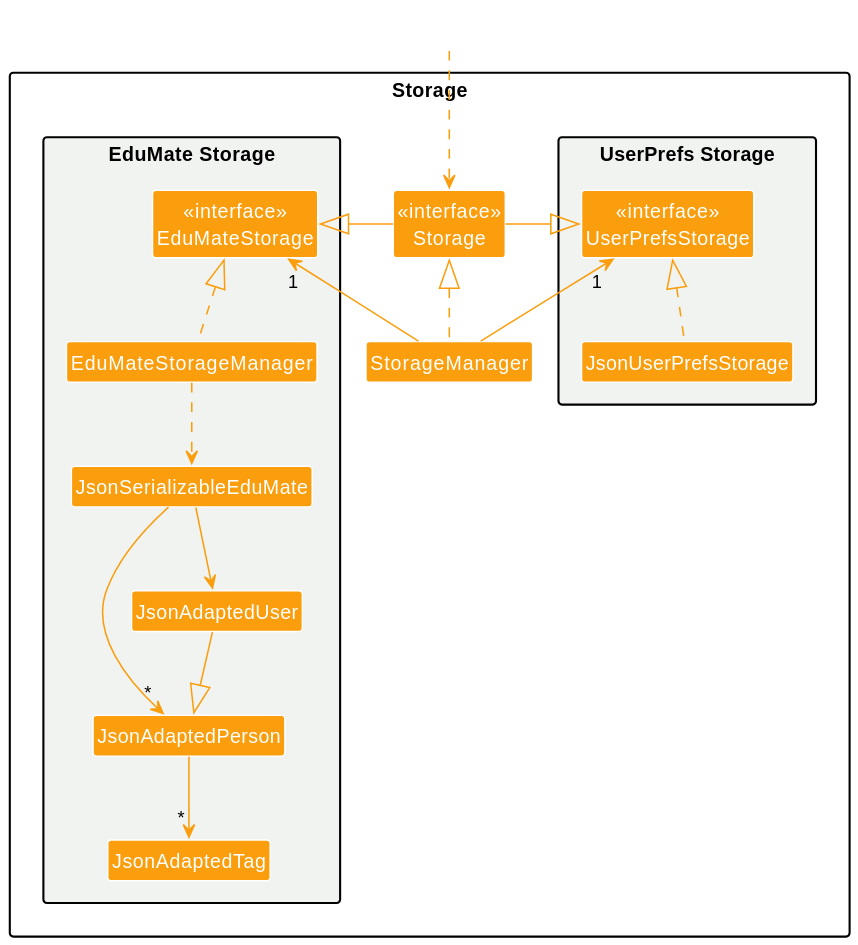
This is docs/images/StorageClassDiagram.svg from nus-cs2103-AY2223S2/tp, a PlantUML export, as it was before one commit.
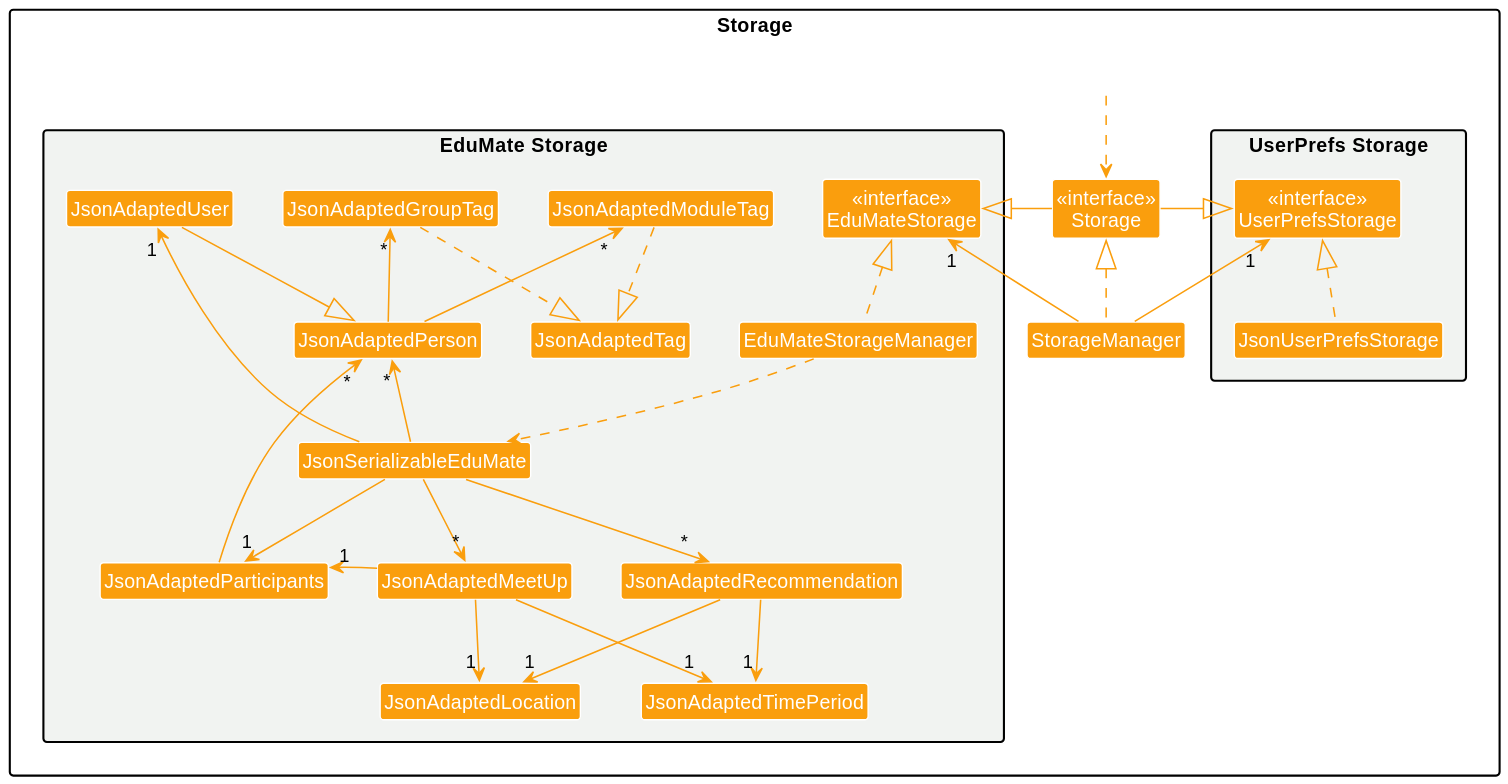
After the change.

Commit message:
Improve storage class diagram

The edit, as a diff of the source:
```diff
@@ -21,8 +21,13 @@
 Class JsonAdaptedPerson
 Class JsonAdaptedUser
 Class JsonAdaptedTag
-}
-
+Class JsonAdaptedParticipants
+Class JsonAdaptedRecommendation
+Class JsonAdaptedMeetUp
+Class JsonAdaptedLocation
+Class JsonAdaptedTimePeriod
+Class JsonAdaptedModuleTag
+Class JsonAdaptedGroupTag
 }
 
 Class HiddenOutside #FFFFFF
@@ -38,8 +43,27 @@
 JsonUserPrefsStorage .up.|> UserPrefsStorage
 EduMateStorageManager .up.|> EduMateStorage
 EduMateStorageManager ..> JsonSerializableEduMate
-JsonSerializableEduMate --> "*" JsonAdaptedPerson
-JsonSerializableEduMate --> JsonAdaptedUser
-JsonAdaptedPerson --> "*" JsonAdaptedTag
+JsonSerializableEduMate -up-> "*" JsonAdaptedPerson
+JsonSerializableEduMate -up-> "1" JsonAdaptedUser
+JsonAdaptedPerson -up-> "*" JsonAdaptedGroupTag
+JsonAdaptedPerson -up-> "*" JsonAdaptedModuleTag
 JsonAdaptedUser --|> JsonAdaptedPerson
+JsonSerializableEduMate --> "1" JsonAdaptedParticipants
+JsonSerializableEduMate --> "*" JsonAdaptedRecommendation
+JsonSerializableEduMate --> "*" JsonAdaptedMeetUp
+
+JsonAdaptedGroupTag ..|> JsonAdaptedTag
+JsonAdaptedModuleTag ..|> JsonAdaptedTag
+
+JsonAdaptedMeetUp -[hidden]right-> JsonAdaptedRecommendation
+JsonAdaptedMeetUp -[hidden]left-> JsonAdaptedParticipants
+
+JsonAdaptedRecommendation --> "1" JsonAdaptedLocation
+JsonAdaptedRecommendation --> "1" JsonAdaptedTimePeriod
+
+JsonAdaptedMeetUp --> "1" JsonAdaptedLocation
+JsonAdaptedMeetUp --> "1" JsonAdaptedTimePeriod
+
+JsonAdaptedMeetUp -left-> "1" JsonAdaptedParticipants
+JsonAdaptedParticipants -up-> "*" JsonAdaptedPerson
 @enduml
```
